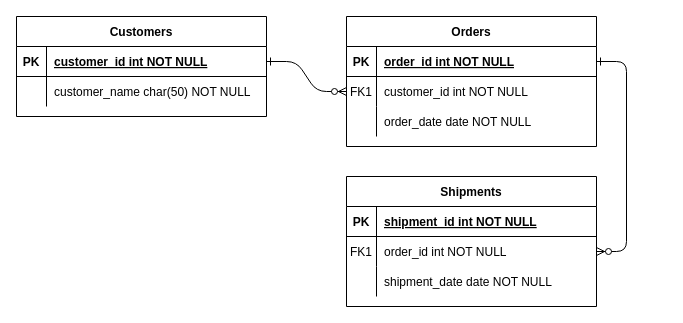
Before: 03_homework/Untitled Diagram.drawio in shwetankyadav1/sql, a draw.io diagram. Source tidied: cells renumbered, new cells numbered last; positions are measured from the earlier drawing's top-left corner, leaving out a move shared by most shapes. Both pictures are drawn from the tidied source at 100%, with x=0, y=0 at pixel (16, 16).
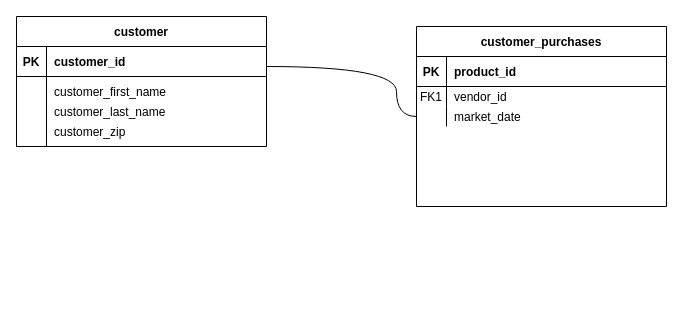
The same diagram, later.

Unchanged cells that the change refers to:
```xml
<mxCell id="5" style="shape=partialRectangle;fillColor=none;points=[[0,0.5],[1,0.5]];portConstraint=eastwest;top=0;left=0;right=0;bottom=1;" parent="4" vertex="1">
  <mxGeometry y="30" width="250" height="30" as="geometry" />
</mxCell>
```

The edit, as a diff of the source:
```diff
@@
-    <mxCell id="2" style="edgeStyle=entityRelationEdgeStyle;endArrow=ERzeroToMany;startArrow=ERone;endFill=1;startFill=0;" parent="1" edge="1" source="25" target="8">
-      <mxGeometry relative="1" as="geometry" />
+    <mxCell id="2" style="endArrow=none;startArrow=none;endFill=1;startFill=1;edgeStyle=orthogonalEdgeStyle;curved=1;enumerate=0;entryX=0;entryY=0.5;entryDx=0;entryDy=0;" parent="1" edge="1" source="25" target="11">
+      <mxGeometry relative="1" as="geometry">
+        <Array as="points">
+          <mxPoint x="380" y="50" />
+          <mxPoint x="380" y="100" />
+        </Array>
+      </mxGeometry>
     </mxCell>
-    <mxCell id="3" style="edgeStyle=entityRelationEdgeStyle;endArrow=ERzeroToMany;startArrow=ERone;endFill=1;startFill=0;" parent="1" edge="1" source="5" target="18">
-      <mxGeometry relative="1" as="geometry" />
-    </mxCell>
+    <mxCell id="24" value="customer" style="shape=table;startSize=30;childLayout=tableLayout;rowLines=0;fontStyle=1;align=center;" parent="1" vertex="1">
+      <mxGeometry width="250" height="130" as="geometry" />
+    </mxCell>
+    <mxCell id="25" style="shape=partialRectangle;fillColor=none;points=[[0,0.5],[1,0.5]];portConstraint=eastwest;top=0;left=0;right=0;bottom=1;" parent="24" vertex="1">
+      <mxGeometry y="30" width="250" height="30" as="geometry" />
+    </mxCell>
+    <mxCell id="26" value="PK" style="shape=partialRectangle;overflow=hidden;fillColor=none;top=0;left=0;bottom=0;right=0;fontStyle=1;" parent="25" vertex="1">
+      <mxGeometry width="30" height="30" as="geometry" />
+    </mxCell>
+    <mxCell id="27" value="customer_id" style="shape=partialRectangle;overflow=hidden;fillColor=none;top=0;left=0;bottom=0;right=0;align=left;spacingLeft=6;fontStyle=1;" parent="25" vertex="1">
+      <mxGeometry x="30" width="220" height="30" as="geometry" />
+    </mxCell>
+    <mxCell id="28" style="shape=partialRectangle;fillColor=none;top=0;left=0;right=0;bottom=0;" parent="24" vertex="1">
+      <mxGeometry y="60" width="250" height="30" as="geometry" />
+    </mxCell>
+    <mxCell id="29" style="shape=partialRectangle;overflow=hidden;fillColor=none;top=0;left=0;bottom=0;right=0;" parent="28" vertex="1">
+      <mxGeometry width="30" height="30" as="geometry" />
+    </mxCell>
+    <mxCell id="30" value="customer_first_name" style="shape=partialRectangle;overflow=hidden;fillColor=none;top=0;left=0;bottom=0;right=0;align=left;spacingLeft=6;" parent="28" vertex="1">
+      <mxGeometry x="30" width="220" height="30" as="geometry" />
+    </mxCell>
+    <mxCell id="31" style="shape=partialRectangle;fillColor=none;top=0;left=0;right=0;bottom=0;" parent="1" vertex="1">
+      <mxGeometry y="120" width="250" height="30" as="geometry" />
+    </mxCell>
+    <mxCell id="22" style="shape=partialRectangle;overflow=hidden;fillColor=none;top=0;left=0;bottom=0;right=0;" parent="31" vertex="1">
+      <mxGeometry width="30" height="30" as="geometry" />
+    </mxCell>
+    <mxCell id="32" value="customer_last_name" style="shape=partialRectangle;overflow=hidden;fillColor=none;top=0;left=0;bottom=0;right=0;align=left;spacingLeft=6;" parent="1" vertex="1">
+      <mxGeometry x="30" y="80" width="220" height="30" as="geometry" />
+    </mxCell>
+    <mxCell id="33" value="customer_zip" style="shape=partialRectangle;overflow=hidden;fillColor=none;top=0;left=0;bottom=0;right=0;align=left;spacingLeft=6;" parent="1" vertex="1">
+      <mxGeometry x="30" y="100" width="220" height="30" as="geometry" />
+    </mxCell>
+    <mxCell id="34" style="endArrow=none;html=1;rounded=0;" parent="1" edge="1">
+      <mxGeometry relative="1" as="geometry">
+        <mxPoint x="30" y="130" as="sourcePoint" />
+        <mxPoint x="30" y="60" as="targetPoint" />
+      </mxGeometry>
+    </mxCell>
-    <mxCell id="4" value="Orders" style="shape=table;startSize=30;childLayout=tableLayout;rowLines=0;fontStyle=1;align=center;" parent="1" vertex="1">
-      <mxGeometry x="330" width="250" height="130" as="geometry" />
+    <mxCell id="4" value="customer_purchases" style="shape=table;startSize=30;childLayout=tableLayout;rowLines=0;fontStyle=1;align=center;" parent="1" vertex="1">
+      <mxGeometry x="400" y="10" width="250" height="180" as="geometry" />
     </mxCell>
@@
-    <mxCell id="7" value="order_id int NOT NULL " style="shape=partialRectangle;overflow=hidden;fillColor=none;top=0;left=0;bottom=0;right=0;align=left;spacingLeft=6;fontStyle=5;" parent="5" vertex="1">
+    <mxCell id="7" value="product_id" style="shape=partialRectangle;overflow=hidden;fillColor=none;top=0;left=0;bottom=0;right=0;align=left;spacingLeft=6;fontStyle=1;" parent="5" vertex="1">
       <mxGeometry x="30" width="220" height="30" as="geometry" />
     </mxCell>
     <mxCell id="8" style="shape=partialRectangle;fillColor=none;points=[[0,0.5],[1,0.5]];portConstraint=eastwest;top=0;left=0;right=0;bottom=0;" parent="4" vertex="1">
-      <mxGeometry y="60" width="250" height="30" as="geometry" />
+      <mxGeometry y="60" width="250" height="20" as="geometry" />
     </mxCell>
     <mxCell id="9" value="FK1" style="shape=partialRectangle;overflow=hidden;fillColor=none;top=0;left=0;bottom=0;right=0;" parent="8" vertex="1">
-      <mxGeometry width="30" height="30" as="geometry" />
+      <mxGeometry width="30" height="20" as="geometry" />
     </mxCell>
-    <mxCell id="10" value="customer_id int NOT NULL" style="shape=partialRectangle;overflow=hidden;fillColor=none;top=0;left=0;bottom=0;right=0;align=left;spacingLeft=6;" parent="8" vertex="1">
-      <mxGeometry x="30" width="220" height="30" as="geometry" />
+    <mxCell id="10" value="vendor_id" style="shape=partialRectangle;overflow=hidden;fillColor=none;top=0;left=0;bottom=0;right=0;align=left;spacingLeft=6;" parent="8" vertex="1">
+      <mxGeometry x="30" width="220" height="20" as="geometry" />
     </mxCell>
     <mxCell id="11" style="shape=partialRectangle;fillColor=none;points=[[0,0.5],[1,0.5]];portConstraint=eastwest;top=0;left=0;right=0;bottom=0;" parent="4" vertex="1">
-      <mxGeometry y="90" width="250" height="30" as="geometry" />
+      <mxGeometry y="80" width="250" height="20" as="geometry" />
     </mxCell>
     <mxCell id="12" style="shape=partialRectangle;overflow=hidden;fillColor=none;top=0;left=0;bottom=0;right=0;" parent="11" vertex="1">
-      <mxGeometry width="30" height="30" as="geometry" />
+      <mxGeometry width="30" height="20" as="geometry" />
     </mxCell>
-    <mxCell id="13" value="order_date date NOT NULL" style="shape=partialRectangle;overflow=hidden;fillColor=none;top=0;left=0;bottom=0;right=0;align=left;spacingLeft=6;" parent="11" vertex="1">
-      <mxGeometry x="30" width="220" height="30" as="geometry" />
+    <mxCell id="13" value="market_date" style="shape=partialRectangle;overflow=hidden;fillColor=none;top=0;left=0;bottom=0;right=0;align=left;spacingLeft=6;" parent="11" vertex="1">
+      <mxGeometry x="30" width="220" height="20" as="geometry" />
     </mxCell>
-    <mxCell id="14" value="Shipments" style="shape=table;startSize=30;childLayout=tableLayout;rowLines=0;fontStyle=1;align=center;" parent="1" vertex="1">
-      <mxGeometry x="330" y="160" width="250" height="130" as="geometry" />
-    </mxCell>
-    <mxCell id="15" style="shape=partialRectangle;fillColor=none;top=0;left=0;right=0;bottom=1;" parent="14" vertex="1">
-      <mxGeometry y="30" width="250" height="30" as="geometry" />
-    </mxCell>
-    <mxCell id="16" value="PK" style="shape=partialRectangle;overflow=hidden;fillColor=none;top=0;left=0;bottom=0;right=0;fontStyle=1;" parent="15" vertex="1">
-      <mxGeometry width="30" height="30" as="geometry" />
-    </mxCell>
-    <mxCell id="17" value="shipment_id int NOT NULL " style="shape=partialRectangle;overflow=hidden;fillColor=none;top=0;left=0;bottom=0;right=0;align=left;spacingLeft=6;fontStyle=5;" parent="15" vertex="1">
-      <mxGeometry x="30" width="220" height="30" as="geometry" />
-    </mxCell>
-    <mxCell id="18" style="shape=partialRectangle;fillColor=none;points=[[0,0.5],[1,0.5]];portConstraint=eastwest;top=0;left=0;right=0;bottom=0;" parent="14" vertex="1">
-      <mxGeometry y="60" width="250" height="30" as="geometry" />
-    </mxCell>
-    <mxCell id="19" value="FK1" style="shape=partialRectangle;overflow=hidden;fillColor=none;top=0;left=0;bottom=0;right=0;" parent="18" vertex="1">
-      <mxGeometry width="30" height="30" as="geometry" />
-    </mxCell>
-    <mxCell id="20" value="order_id int NOT NULL" style="shape=partialRectangle;overflow=hidden;fillColor=none;top=0;left=0;bottom=0;right=0;align=left;spacingLeft=6;" parent="18" vertex="1">
-      <mxGeometry x="30" width="220" height="30" as="geometry" />
-    </mxCell>
-    <mxCell id="21" style="shape=partialRectangle;fillColor=none;top=0;left=0;right=0;bottom=0;" parent="14" vertex="1">
-      <mxGeometry y="90" width="250" height="30" as="geometry" />
-    </mxCell>
-    <mxCell id="22" style="shape=partialRectangle;overflow=hidden;fillColor=none;top=0;left=0;bottom=0;right=0;" parent="21" vertex="1">
-      <mxGeometry width="30" height="30" as="geometry" />
-    </mxCell>
-    <mxCell id="23" value="shipment_date date NOT NULL" style="shape=partialRectangle;overflow=hidden;fillColor=none;top=0;left=0;bottom=0;right=0;align=left;spacingLeft=6;" parent="21" vertex="1">
-      <mxGeometry x="30" width="220" height="30" as="geometry" />
-    </mxCell>
-    <mxCell id="24" value="Customers" style="shape=table;startSize=30;childLayout=tableLayout;rowLines=0;fontStyle=1;align=center;" parent="1" vertex="1">
-      <mxGeometry width="250" height="100" as="geometry" />
-    </mxCell>
-    <mxCell id="25" style="shape=partialRectangle;fillColor=none;points=[[0,0.5],[1,0.5]];portConstraint=eastwest;top=0;left=0;right=0;bottom=1;" parent="24" vertex="1">
-      <mxGeometry y="30" width="250" height="30" as="geometry" />
-    </mxCell>
-    <mxCell id="26" value="PK" style="shape=partialRectangle;overflow=hidden;fillColor=none;top=0;left=0;bottom=0;right=0;fontStyle=1;" parent="25" vertex="1">
-      <mxGeometry width="30" height="30" as="geometry" />
-    </mxCell>
-    <mxCell id="27" value="customer_id int NOT NULL " style="shape=partialRectangle;overflow=hidden;fillColor=none;top=0;left=0;bottom=0;right=0;align=left;spacingLeft=6;fontStyle=5;" parent="25" vertex="1">
-      <mxGeometry x="30" width="220" height="30" as="geometry" />
-    </mxCell>
-    <mxCell id="28" style="shape=partialRectangle;fillColor=none;top=0;left=0;right=0;bottom=0;" parent="24" vertex="1">
-      <mxGeometry y="60" width="250" height="30" as="geometry" />
-    </mxCell>
-    <mxCell id="29" style="shape=partialRectangle;overflow=hidden;fillColor=none;top=0;left=0;bottom=0;right=0;" parent="28" vertex="1">
-      <mxGeometry width="30" height="30" as="geometry" />
-    </mxCell>
-    <mxCell id="30" value="customer_name char(50) NOT NULL" style="shape=partialRectangle;overflow=hidden;fillColor=none;top=0;left=0;bottom=0;right=0;align=left;spacingLeft=6;" parent="28" vertex="1">
-      <mxGeometry x="30" width="220" height="30" as="geometry" />
-    </mxCell>
```
